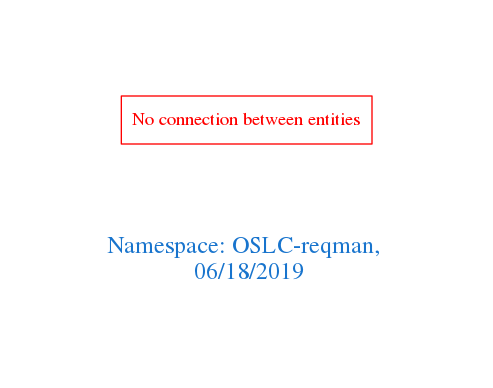
The Graphviz diagram downloads/OSLC-reqman.png in arago/OGIT, before a commit. Its source is kept beside it as downloads/OSLC-reqman.dot.
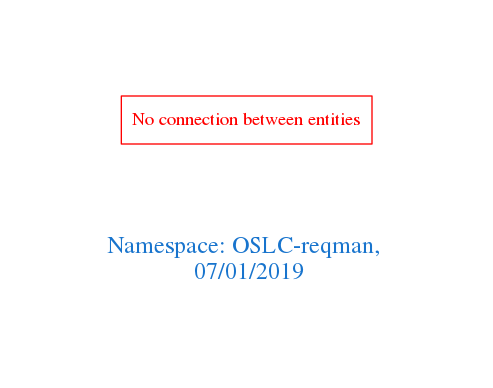
The same file after the commit.

The edit, as a diff of the source:
```diff
@@ -1,7 +1,7 @@
 digraph OGIT_ontology {
  graph [ rankdir= LR,pad=1
 fontsize = 18,
-fontcolor= dodgerblue3,label = "\n\n\nNamespace: OSLC-reqman, \n 06/18/2019"];
+fontcolor= dodgerblue3,label = "\n\n\nNamespace: OSLC-reqman, \n 07/01/2019"];
 node[shape=polygon];
 edge [  color="gray81"];
 
```
